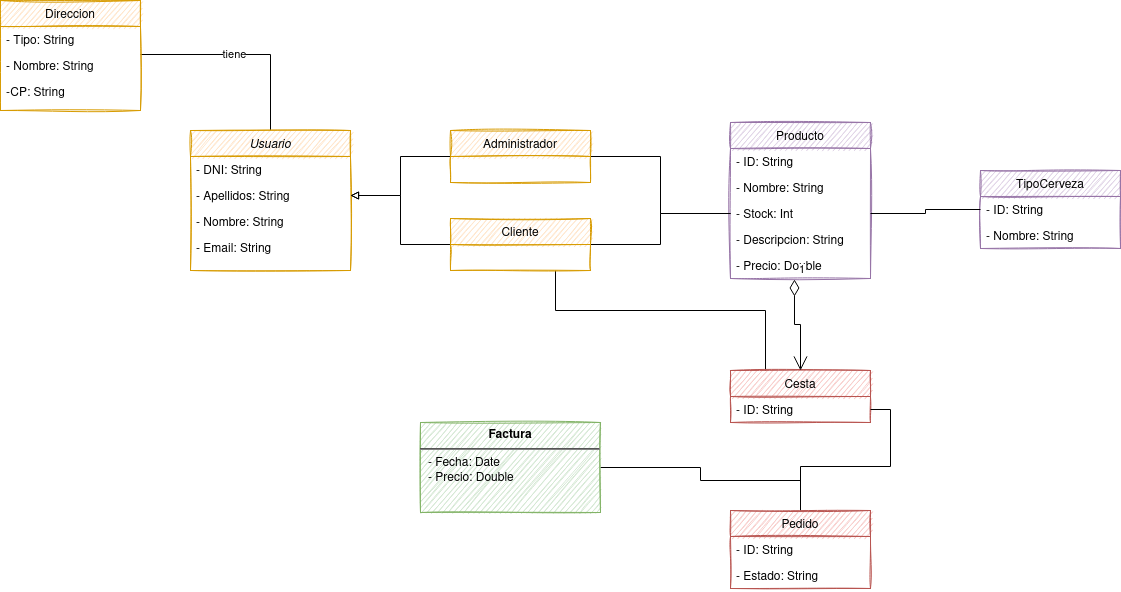
Above: _documentacion/DiagramaClases.png in JosueGarciaAsensi/DSS (draw.io), before the change. Source tidied: cells renumbered, new cells last; positions are measured from the earlier drawing's top-left corner, leaving out a move shared by most shapes.
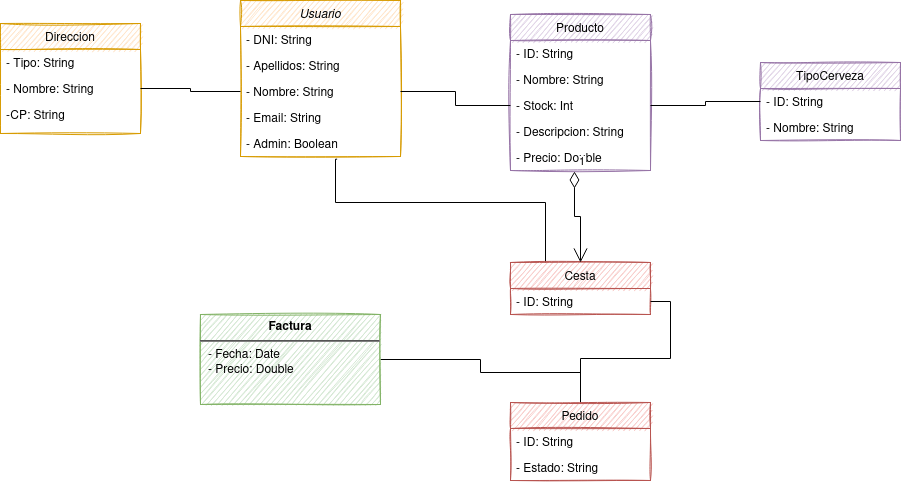
Above is the later version.

Commit message:
Herencia modificada

The edit, as a diff of the source:
```diff
@@ -2,18 +2,8 @@
   <root>
     <mxCell id="0" />
     <mxCell id="1" parent="0" />
-    <mxCell id="2" style="edgeStyle=orthogonalEdgeStyle;rounded=0;jettySize=auto;html=1;exitX=0.5;exitY=0;exitDx=0;exitDy=0;entryX=1;entryY=0.077;entryDx=0;entryDy=0;entryPerimeter=0;endArrow=none;endFill=0;" parent="1" edge="1" source="4" target="11">
-      <mxGeometry relative="1" as="geometry">
-        <Array as="points">
-          <mxPoint x="270" y="54" />
-        </Array>
-      </mxGeometry>
-    </mxCell>
-    <mxCell id="3" value="tiene" style="edgeLabel;html=1;align=center;verticalAlign=middle;" parent="2" vertex="1">
-      <mxGeometry x="0.09" y="-1" relative="1" as="geometry" />
-    </mxCell>
     <mxCell id="4" value="Usuario" style="swimlane;fontStyle=2;align=center;verticalAlign=top;horizontal=1;startSize=26;rounded=0;shadow=0;strokeWidth=1;fillColor=#ffe6cc;strokeColor=#d79b00;sketch=1;" parent="1" vertex="1">
-      <mxGeometry x="190" y="130" width="160" height="140" as="geometry" />
+      <mxGeometry x="460" y="108" width="160" height="156" as="geometry" />
     </mxCell>
     <mxCell id="5" value="- DNI: String" style="text;align=left;verticalAlign=top;spacingLeft=4;spacingRight=4;overflow=hidden;" parent="4" vertex="1">
       <mxGeometry y="26" width="160" height="26" as="geometry" />
@@ -27,8 +17,11 @@
     <mxCell id="8" value="- Email: String" style="text;align=left;verticalAlign=top;spacingLeft=4;spacingRight=4;overflow=hidden;rounded=0;shadow=0;html=0;" parent="4" vertex="1">
       <mxGeometry y="104" width="160" height="26" as="geometry" />
     </mxCell>
+    <mxCell id="39" value="- Admin: Boolean" style="text;align=left;verticalAlign=top;spacingLeft=4;spacingRight=4;overflow=hidden;points=[[0,0.5],[1,0.5]];portConstraint=eastwest;rounded=0;shadow=0;html=0;" parent="4" vertex="1">
+      <mxGeometry y="130" width="160" height="26" as="geometry" />
+    </mxCell>
     <mxCell id="9" value="Direccion" style="swimlane;fontStyle=0;horizontal=1;startSize=26;fillColor=#ffe6cc;strokeColor=#d79b00;sketch=1;" parent="1" vertex="1">
-      <mxGeometry width="140" height="110" as="geometry" />
+      <mxGeometry x="220" y="131" width="140" height="110" as="geometry" />
     </mxCell>
     <mxCell id="10" value="- Tipo: String" style="text;strokeColor=none;fillColor=none;align=left;verticalAlign=top;spacingLeft=4;spacingRight=4;overflow=hidden;" parent="9" vertex="1">
       <mxGeometry y="26" width="140" height="26" as="geometry" />
@@ -57,33 +50,15 @@
     <mxCell id="18" value="- Precio: Double" style="text;strokeColor=none;fillColor=none;align=left;verticalAlign=top;spacingLeft=4;spacingRight=4;overflow=hidden;points=[[0,0.5],[1,0.5]];portConstraint=eastwest;" parent="13" vertex="1">
       <mxGeometry y="130" width="140" height="26" as="geometry" />
     </mxCell>
-    <mxCell id="19" style="edgeStyle=orthogonalEdgeStyle;rounded=0;jettySize=auto;html=1;exitX=0;exitY=0.5;exitDx=0;exitDy=0;entryX=1;entryY=0.5;entryDx=0;entryDy=0;endArrow=block;endFill=0;" parent="1" edge="1" source="21" target="6">
-      <mxGeometry relative="1" as="geometry" />
-    </mxCell>
-    <mxCell id="20" style="edgeStyle=orthogonalEdgeStyle;rounded=0;jettySize=auto;html=1;exitX=1;exitY=0.5;exitDx=0;exitDy=0;entryX=0;entryY=0.5;entryDx=0;entryDy=0;endArrow=none;endFill=0;" parent="1" edge="1" source="21" target="16">
-      <mxGeometry relative="1" as="geometry" />
-    </mxCell>
-    <mxCell id="21" value="Administrador" style="swimlane;fontStyle=0;horizontal=1;startSize=26;fillColor=#ffe6cc;sketch=1;strokeColor=#d79b00;" parent="1" vertex="1">
-      <mxGeometry x="450" y="130" width="140" height="52" as="geometry" />
-    </mxCell>
-    <mxCell id="22" style="edgeStyle=orthogonalEdgeStyle;rounded=0;jettySize=auto;html=1;exitX=0;exitY=0.5;exitDx=0;exitDy=0;entryX=1;entryY=0.5;entryDx=0;entryDy=0;endArrow=block;endFill=0;" parent="1" edge="1" source="25" target="6">
-      <mxGeometry relative="1" as="geometry" />
-    </mxCell>
-    <mxCell id="23" style="edgeStyle=orthogonalEdgeStyle;rounded=0;jettySize=auto;html=1;exitX=1;exitY=0.5;exitDx=0;exitDy=0;endArrow=none;endFill=0;entryX=0;entryY=0.5;entryDx=0;entryDy=0;" parent="1" edge="1" source="25" target="16">
-      <mxGeometry relative="1" as="geometry" />
-    </mxCell>
-    <mxCell id="24" style="edgeStyle=orthogonalEdgeStyle;rounded=0;jettySize=auto;html=1;entryX=0.25;entryY=0;entryDx=0;entryDy=0;endArrow=none;endFill=0;" parent="1" edge="1" target="30">
+    <mxCell id="24" style="edgeStyle=orthogonalEdgeStyle;rounded=0;jettySize=auto;html=1;entryX=0.25;entryY=0;entryDx=0;entryDy=0;endArrow=none;endFill=0;exitX=0.604;exitY=1.103;exitDx=0;exitDy=0;exitPerimeter=0;" parent="1" edge="1" source="39" target="30">
       <mxGeometry relative="1" as="geometry">
-        <mxPoint x="555" y="270" as="sourcePoint" />
         <Array as="points">
+          <mxPoint x="555" y="267" />
           <mxPoint x="555" y="310" />
           <mxPoint x="765" y="310" />
         </Array>
       </mxGeometry>
     </mxCell>
-    <mxCell id="25" value="Cliente" style="swimlane;fontStyle=0;horizontal=1;startSize=26;fillColor=#ffe6cc;strokeColor=#d79b00;sketch=1;" parent="1" vertex="1">
-      <mxGeometry x="450" y="218" width="140" height="52" as="geometry" />
-    </mxCell>
     <mxCell id="26" value="TipoCerveza" style="swimlane;fontStyle=0;horizontal=1;startSize=26;fillColor=#e1d5e7;strokeColor=#9673a6;sketch=1;" parent="1" vertex="1">
       <mxGeometry x="980" y="170" width="140" height="78" as="geometry" />
     </mxCell>
@@ -130,5 +105,11 @@
     <mxCell id="38" value="- Estado: String" style="text;strokeColor=none;fillColor=none;align=left;verticalAlign=top;spacingLeft=4;spacingRight=4;overflow=hidden;" parent="36" vertex="1">
       <mxGeometry y="52" width="140" height="26" as="geometry" />
     </mxCell>
+    <mxCell id="40" style="edgeStyle=orthogonalEdgeStyle;rounded=0;jettySize=auto;html=1;exitX=1;exitY=0.5;exitDx=0;exitDy=0;entryX=0;entryY=0.5;entryDx=0;entryDy=0;endArrow=none;endFill=0;" parent="1" edge="1" source="7" target="16">
+      <mxGeometry relative="1" as="geometry" />
+    </mxCell>
+    <mxCell id="41" style="edgeStyle=orthogonalEdgeStyle;rounded=0;jettySize=auto;html=1;exitX=1;exitY=0.5;exitDx=0;exitDy=0;entryX=0;entryY=0.5;entryDx=0;entryDy=0;endArrow=none;endFill=0;" parent="1" edge="1" source="11" target="7">
+      <mxGeometry relative="1" as="geometry" />
+    </mxCell>
   </root>
 </mxGraphModel>
```
